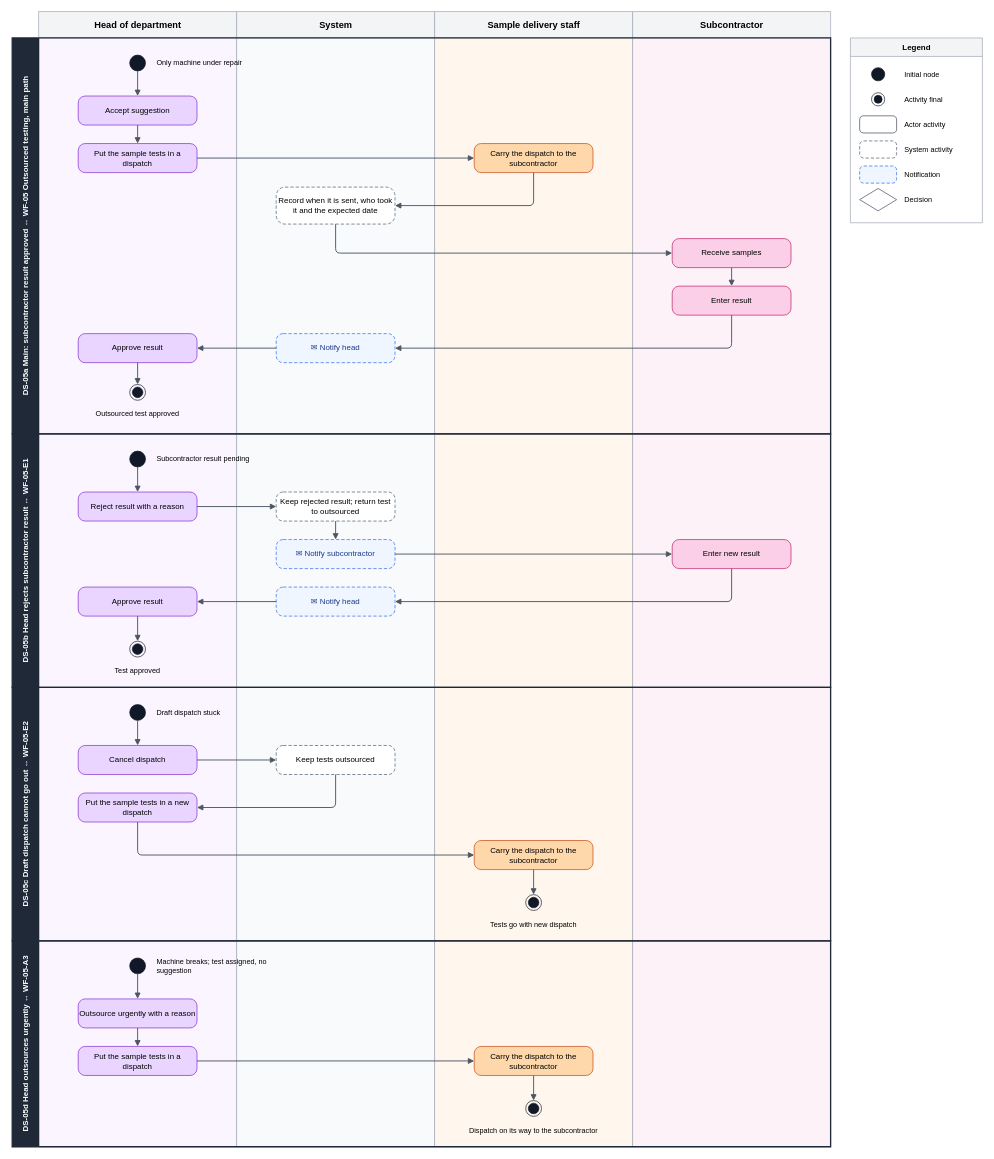
Before: page "WF-05 Demo scenarios" (2 of 2) of docs/reports/activity-diagram/flows-work-of-tuyen/[Flow] WF-05 Outsourced testing.drawio in SoltuneMontepre/medilab, a draw.io diagram. Source tidied: cells renumbered, new cells numbered last; positions are measured from the earlier drawing's top-left corner, leaving out a move shared by most shapes. Both pictures are drawn from the tidied source at 66%, with x=0, y=0 at pixel (12, 11).
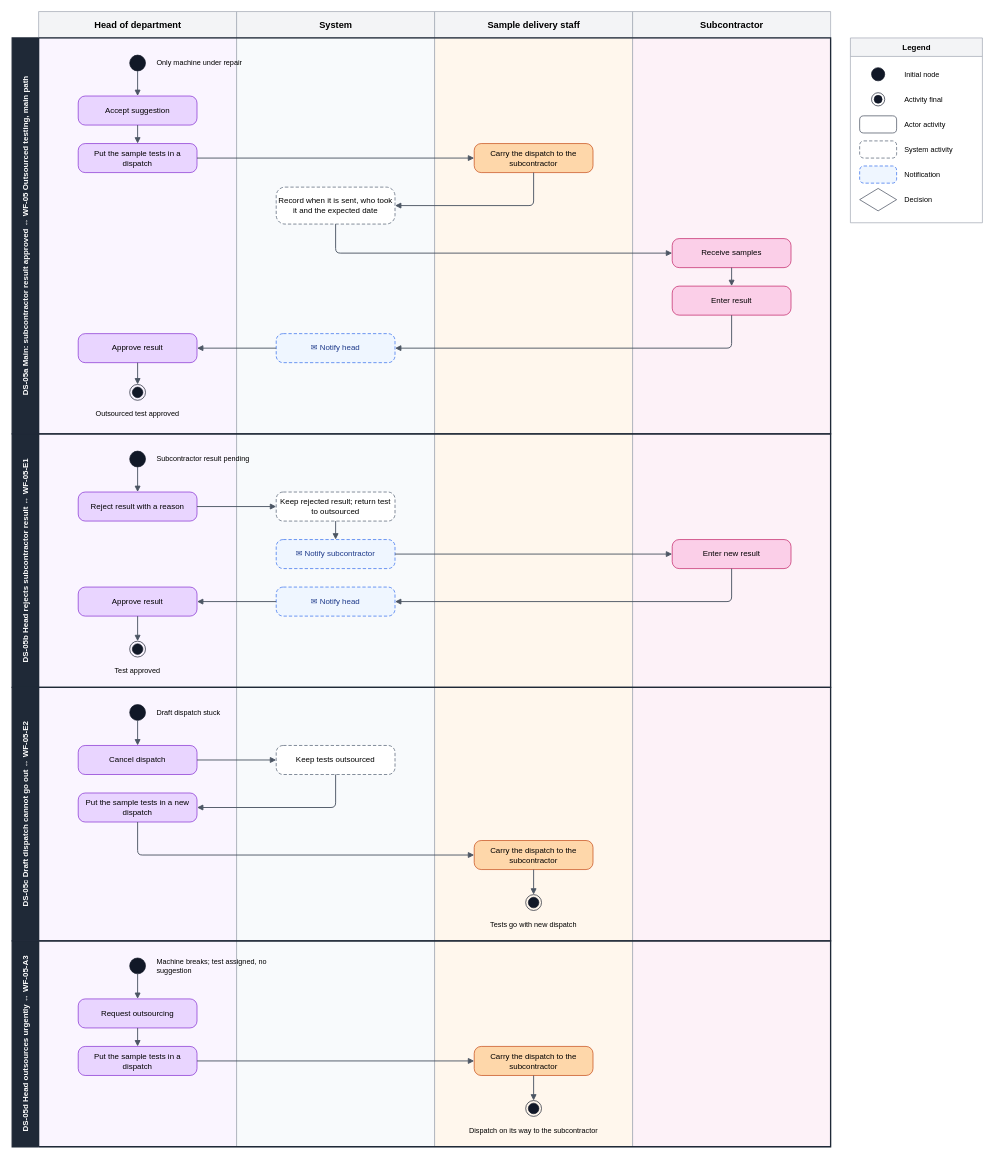
After the change.

Diff of the diagram source:
```diff
@@
-    <mxCell id="62" value="Outsource urgently with a reason" style="rounded=1;arcSize=24;whiteSpace=wrap;html=1;fontSize=12;fillColor=#E9D5FF;strokeColor=#7E22CE;" parent="1" vertex="1">
+    <mxCell id="62" value="Request outsourcing" style="rounded=1;arcSize=24;whiteSpace=wrap;html=1;fontSize=12;fillColor=#E9D5FF;strokeColor=#7E22CE;" parent="1" vertex="1">
       <mxGeometry x="100" y="1496" width="180" height="44" as="geometry" />
     </mxCell>
```
